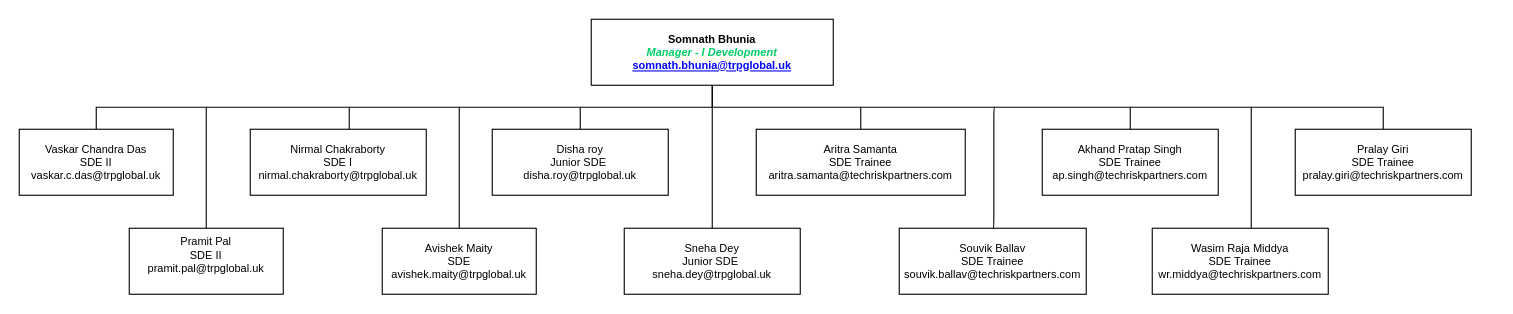
Above: page "Page-5" (5 of 5) of screens.drawio in iRM-Somnath/GRC (draw.io), before the change. Source tidied: cells renumbered, new cells numbered last; positions are measured from the earlier drawing's top-left corner, leaving out a move shared by most shapes. Both pictures are drawn from the tidied source at 110%, with x=0, y=0 at pixel (19, 19).
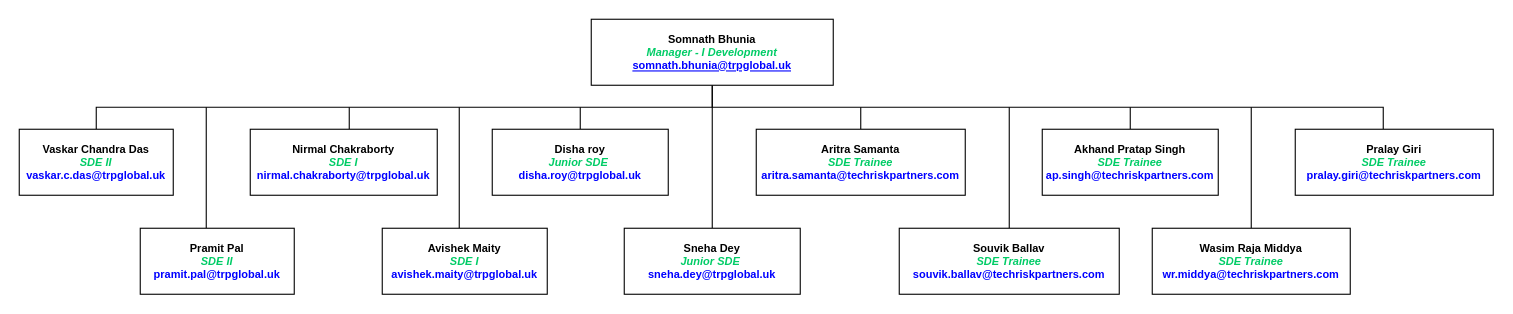
The same diagram, later.

The edit, as a diff of the source:
```diff
@@
-    <mxCell id="5" value="&lt;span dir=&quot;ltr&quot; class=&quot;ui-provider a b c d e f g h i j k l m n o p q r s t u v w x y z ab ac ae af ag ah ai aj ak&quot;&gt;Vaskar Chandra Das&lt;br&gt;&lt;span dir=&quot;ltr&quot; class=&quot;ui-provider a b c d e f g h i j k l m n o p q r s t u v w x y z ab ac ae af ag ah ai aj ak&quot;&gt;SDE II&lt;br&gt;&lt;/span&gt;vaskar.c.das@trpglobal.uk&lt;br&gt;&lt;/span&gt;" style="whiteSpace=wrap;html=1;align=center;verticalAlign=middle;newEdgeStyle={&quot;edgeStyle&quot;:&quot;elbowEdgeStyle&quot;,&quot;startArrow&quot;:&quot;none&quot;,&quot;endArrow&quot;:&quot;none&quot;};fontSize=10;" parent="1" vertex="1">
+    <mxCell id="5" value="&lt;span dir=&quot;ltr&quot; class=&quot;ui-provider a b c d e f g h i j k l m n o p q r s t u v w x y z ab ac ae af ag ah ai aj ak&quot;&gt;&lt;b&gt;Vaskar Chandra Das&lt;br&gt;&lt;span dir=&quot;ltr&quot; class=&quot;ui-provider a b c d e f g h i j k l m n o p q r s t u v w x y z ab ac ae af ag ah ai aj ak&quot;&gt;&lt;i&gt;&lt;font color=&quot;#00cc66&quot;&gt;SDE II&lt;br&gt;&lt;/font&gt;&lt;/i&gt;&lt;/span&gt;&lt;font color=&quot;#0000ff&quot;&gt;vaskar.c.das@trpglobal.uk&lt;/font&gt;&lt;/b&gt;&lt;br&gt;&lt;/span&gt;" style="whiteSpace=wrap;html=1;align=center;verticalAlign=middle;newEdgeStyle={&quot;edgeStyle&quot;:&quot;elbowEdgeStyle&quot;,&quot;startArrow&quot;:&quot;none&quot;,&quot;endArrow&quot;:&quot;none&quot;};fontSize=10;" parent="1" vertex="1">
       <mxGeometry y="100" width="140" height="60" as="geometry" />
     </mxCell>
@@
-    <mxCell id="7" value="Aritra Samanta&lt;br&gt;SDE Trainee&lt;br&gt;aritra.samanta@techriskpartners.com" style="whiteSpace=wrap;html=1;align=center;verticalAlign=middle;newEdgeStyle={&quot;edgeStyle&quot;:&quot;elbowEdgeStyle&quot;,&quot;startArrow&quot;:&quot;none&quot;,&quot;endArrow&quot;:&quot;none&quot;};fontSize=10;" parent="1" vertex="1">
+    <mxCell id="7" value="&lt;b&gt;Aritra Samanta&lt;br&gt;&lt;i&gt;&lt;font color=&quot;#00cc66&quot;&gt;SDE Trainee&lt;/font&gt;&lt;br&gt;&lt;/i&gt;&lt;font color=&quot;#0000ff&quot;&gt;aritra.samanta@techriskpartners.com&lt;/font&gt;&lt;/b&gt;" style="whiteSpace=wrap;html=1;align=center;verticalAlign=middle;newEdgeStyle={&quot;edgeStyle&quot;:&quot;elbowEdgeStyle&quot;,&quot;startArrow&quot;:&quot;none&quot;,&quot;endArrow&quot;:&quot;none&quot;};fontSize=10;" parent="1" vertex="1">
       <mxGeometry x="670" y="100" width="190" height="60" as="geometry" />
     </mxCell>
@@
-    <mxCell id="9" value="&lt;span dir=&quot;ltr&quot; class=&quot;ui-provider a b c d e f g h i j k l m n o p q r s t u v w x y z ab ac ae af ag ah ai aj ak&quot;&gt;Pramit Pal&lt;br&gt;&lt;span dir=&quot;ltr&quot; class=&quot;ui-provider a b c d e f g h i j k l m n o p q r s t u v w x y z ab ac ae af ag ah ai aj ak&quot;&gt;SDE II&lt;br&gt;&lt;/span&gt;&lt;div&gt;pramit.pal@trpglobal.uk&lt;/div&gt;&lt;div&gt;&lt;br&gt;&lt;/div&gt;&lt;/span&gt;" style="whiteSpace=wrap;html=1;align=center;verticalAlign=middle;newEdgeStyle={&quot;edgeStyle&quot;:&quot;elbowEdgeStyle&quot;,&quot;startArrow&quot;:&quot;none&quot;,&quot;endArrow&quot;:&quot;none&quot;};fontSize=10;" parent="1" vertex="1">
-      <mxGeometry x="100" y="190" width="140" height="60" as="geometry" />
+    <mxCell id="9" value="&lt;span dir=&quot;ltr&quot; class=&quot;ui-provider a b c d e f g h i j k l m n o p q r s t u v w x y z ab ac ae af ag ah ai aj ak&quot;&gt;&lt;b&gt;Pramit Pal&lt;br&gt;&lt;/b&gt;&lt;span dir=&quot;ltr&quot; class=&quot;ui-provider a b c d e f g h i j k l m n o p q r s t u v w x y z ab ac ae af ag ah ai aj ak&quot;&gt;&lt;b&gt;&lt;i&gt;&lt;font color=&quot;#00cc66&quot;&gt;SDE II&lt;br&gt;&lt;/font&gt;&lt;/i&gt;&lt;/b&gt;&lt;span style=&quot;background-color: initial;&quot;&gt;&lt;b&gt;&lt;font color=&quot;#0000ff&quot;&gt;pramit.pal@trpglobal.uk&lt;/font&gt;&lt;/b&gt;&lt;br&gt;&lt;/span&gt;&lt;/span&gt;&lt;/span&gt;" style="whiteSpace=wrap;html=1;align=center;verticalAlign=middle;newEdgeStyle={&quot;edgeStyle&quot;:&quot;elbowEdgeStyle&quot;,&quot;startArrow&quot;:&quot;none&quot;,&quot;endArrow&quot;:&quot;none&quot;};fontSize=10;" parent="1" vertex="1">
+      <mxGeometry x="110" y="190" width="140" height="60" as="geometry" />
     </mxCell>
@@
-    <mxCell id="11" value="&lt;span dir=&quot;ltr&quot; class=&quot;ui-provider a b c d e f g h i j k l m n o p q r s t u v w x y z ab ac ae af ag ah ai aj ak&quot;&gt;Avishek Maity&lt;br&gt;SDE&lt;br&gt;&lt;span dir=&quot;ltr&quot; class=&quot;ui-provider a b c d e f g h i j k l m n o p q r s t u v w x y z ab ac ae af ag ah ai aj ak&quot;&gt;avishek.maity@trpglobal.uk&lt;/span&gt;&lt;br&gt;&lt;/span&gt;" style="whiteSpace=wrap;html=1;align=center;verticalAlign=middle;newEdgeStyle={&quot;edgeStyle&quot;:&quot;elbowEdgeStyle&quot;,&quot;startArrow&quot;:&quot;none&quot;,&quot;endArrow&quot;:&quot;none&quot;};fontSize=10;" parent="1" vertex="1">
-      <mxGeometry x="330" y="190" width="140" height="60" as="geometry" />
+    <mxCell id="11" value="&lt;span dir=&quot;ltr&quot; class=&quot;ui-provider a b c d e f g h i j k l m n o p q r s t u v w x y z ab ac ae af ag ah ai aj ak&quot;&gt;&lt;b&gt;Avishek Maity&lt;br&gt;&lt;i&gt;&lt;font color=&quot;#00cc66&quot;&gt;SDE I&lt;br&gt;&lt;/font&gt;&lt;/i&gt;&lt;span dir=&quot;ltr&quot; class=&quot;ui-provider a b c d e f g h i j k l m n o p q r s t u v w x y z ab ac ae af ag ah ai aj ak&quot;&gt;&lt;font color=&quot;#0000ff&quot;&gt;avishek.maity@trpglobal.uk&lt;/font&gt;&lt;/span&gt;&lt;/b&gt;&lt;br&gt;&lt;/span&gt;" style="whiteSpace=wrap;html=1;align=center;verticalAlign=middle;newEdgeStyle={&quot;edgeStyle&quot;:&quot;elbowEdgeStyle&quot;,&quot;startArrow&quot;:&quot;none&quot;,&quot;endArrow&quot;:&quot;none&quot;};fontSize=10;" parent="1" vertex="1">
+      <mxGeometry x="330" y="190" width="150" height="60" as="geometry" />
     </mxCell>
@@
-    <mxCell id="13" value="&lt;span dir=&quot;ltr&quot; class=&quot;ui-provider a b c d e f g h i j k l m n o p q r s t u v w x y z ab ac ae af ag ah ai aj ak&quot;&gt;Nirmal Chakraborty&lt;br&gt;SDE I&lt;br&gt;&lt;span dir=&quot;ltr&quot; class=&quot;ui-provider a b c d e f g h i j k l m n o p q r s t u v w x y z ab ac ae af ag ah ai aj ak&quot;&gt;nirmal.chakraborty@trpglobal.uk&lt;/span&gt;&lt;br&gt;&lt;/span&gt;" style="whiteSpace=wrap;html=1;align=center;verticalAlign=middle;newEdgeStyle={&quot;edgeStyle&quot;:&quot;elbowEdgeStyle&quot;,&quot;startArrow&quot;:&quot;none&quot;,&quot;endArrow&quot;:&quot;none&quot;};fontSize=10;" parent="1" vertex="1">
-      <mxGeometry x="210" y="100" width="160" height="60" as="geometry" />
+    <mxCell id="13" value="&lt;span dir=&quot;ltr&quot; class=&quot;ui-provider a b c d e f g h i j k l m n o p q r s t u v w x y z ab ac ae af ag ah ai aj ak&quot;&gt;&lt;b&gt;Nirmal Chakraborty&lt;br&gt;&lt;i&gt;&lt;font color=&quot;#00cc66&quot;&gt;SDE I&lt;br&gt;&lt;/font&gt;&lt;/i&gt;&lt;span dir=&quot;ltr&quot; class=&quot;ui-provider a b c d e f g h i j k l m n o p q r s t u v w x y z ab ac ae af ag ah ai aj ak&quot;&gt;&lt;font color=&quot;#0000ff&quot;&gt;nirmal.chakraborty@trpglobal.uk&lt;/font&gt;&lt;/span&gt;&lt;/b&gt;&lt;br&gt;&lt;/span&gt;" style="whiteSpace=wrap;html=1;align=center;verticalAlign=middle;newEdgeStyle={&quot;edgeStyle&quot;:&quot;elbowEdgeStyle&quot;,&quot;startArrow&quot;:&quot;none&quot;,&quot;endArrow&quot;:&quot;none&quot;};fontSize=10;" parent="1" vertex="1">
+      <mxGeometry x="210" y="100" width="170" height="60" as="geometry" />
     </mxCell>
@@
-    <mxCell id="15" value="&lt;span dir=&quot;ltr&quot; class=&quot;ui-provider a b c d e f g h i j k l m n o p q r s t u v w x y z ab ac ae af ag ah ai aj ak&quot;&gt;Disha roy&lt;br&gt;Junior SDE&amp;nbsp;&lt;br&gt;&lt;span dir=&quot;ltr&quot; class=&quot;ui-provider a b c d e f g h i j k l m n o p q r s t u v w x y z ab ac ae af ag ah ai aj ak&quot;&gt;disha.roy@trpglobal.uk&lt;/span&gt;&lt;br&gt;&lt;/span&gt;" style="whiteSpace=wrap;html=1;align=center;verticalAlign=middle;newEdgeStyle={&quot;edgeStyle&quot;:&quot;elbowEdgeStyle&quot;,&quot;startArrow&quot;:&quot;none&quot;,&quot;endArrow&quot;:&quot;none&quot;};fontSize=10;" parent="1" vertex="1">
+    <mxCell id="15" value="&lt;span dir=&quot;ltr&quot; class=&quot;ui-provider a b c d e f g h i j k l m n o p q r s t u v w x y z ab ac ae af ag ah ai aj ak&quot;&gt;&lt;b&gt;Disha roy&lt;br&gt;&lt;i&gt;&lt;font color=&quot;#00cc66&quot;&gt;Junior SDE&amp;nbsp;&lt;br&gt;&lt;/font&gt;&lt;/i&gt;&lt;span dir=&quot;ltr&quot; class=&quot;ui-provider a b c d e f g h i j k l m n o p q r s t u v w x y z ab ac ae af ag ah ai aj ak&quot;&gt;&lt;font color=&quot;#0000ff&quot;&gt;disha.roy@trpglobal.uk&lt;/font&gt;&lt;/span&gt;&lt;/b&gt;&lt;br&gt;&lt;/span&gt;" style="whiteSpace=wrap;html=1;align=center;verticalAlign=middle;newEdgeStyle={&quot;edgeStyle&quot;:&quot;elbowEdgeStyle&quot;,&quot;startArrow&quot;:&quot;none&quot;,&quot;endArrow&quot;:&quot;none&quot;};fontSize=10;" parent="1" vertex="1">
       <mxGeometry x="430" y="100" width="160" height="60" as="geometry" />
     </mxCell>
@@
-    <mxCell id="17" value="&lt;span dir=&quot;ltr&quot; class=&quot;ui-provider a b c d e f g h i j k l m n o p q r s t u v w x y z ab ac ae af ag ah ai aj ak&quot;&gt;Sneha Dey &lt;br&gt;Junior SDE&amp;nbsp;&lt;br&gt;&lt;span dir=&quot;ltr&quot; class=&quot;ui-provider a b c d e f g h i j k l m n o p q r s t u v w x y z ab ac ae af ag ah ai aj ak&quot;&gt;sneha.dey@trpglobal.uk&lt;/span&gt;&lt;br&gt;&lt;/span&gt;" style="whiteSpace=wrap;html=1;align=center;verticalAlign=middle;newEdgeStyle={&quot;edgeStyle&quot;:&quot;elbowEdgeStyle&quot;,&quot;startArrow&quot;:&quot;none&quot;,&quot;endArrow&quot;:&quot;none&quot;};fontSize=10;" parent="1" vertex="1">
+    <mxCell id="17" value="&lt;span dir=&quot;ltr&quot; class=&quot;ui-provider a b c d e f g h i j k l m n o p q r s t u v w x y z ab ac ae af ag ah ai aj ak&quot;&gt;&lt;b&gt;Sneha Dey &lt;br&gt;&lt;i&gt;&lt;font color=&quot;#00cc66&quot;&gt;Junior SDE&amp;nbsp;&lt;br&gt;&lt;/font&gt;&lt;/i&gt;&lt;span dir=&quot;ltr&quot; class=&quot;ui-provider a b c d e f g h i j k l m n o p q r s t u v w x y z ab ac ae af ag ah ai aj ak&quot;&gt;&lt;font color=&quot;#0000ff&quot;&gt;sneha.dey@trpglobal.uk&lt;/font&gt;&lt;/span&gt;&lt;/b&gt;&lt;br&gt;&lt;/span&gt;" style="whiteSpace=wrap;html=1;align=center;verticalAlign=middle;newEdgeStyle={&quot;edgeStyle&quot;:&quot;elbowEdgeStyle&quot;,&quot;startArrow&quot;:&quot;none&quot;,&quot;endArrow&quot;:&quot;none&quot;};fontSize=10;" parent="1" vertex="1">
       <mxGeometry x="550" y="190" width="160" height="60" as="geometry" />
     </mxCell>
-    <mxCell id="18" value="Pralay Giri&lt;br&gt;SDE Trainee&lt;br&gt;pralay.giri@techriskpartners.com" style="whiteSpace=wrap;html=1;align=center;verticalAlign=middle;newEdgeStyle={&quot;edgeStyle&quot;:&quot;elbowEdgeStyle&quot;,&quot;startArrow&quot;:&quot;none&quot;,&quot;endArrow&quot;:&quot;none&quot;};fontSize=10;" parent="1" vertex="1">
-      <mxGeometry x="1160" y="100" width="160" height="60" as="geometry" />
+    <mxCell id="18" value="&lt;b&gt;Pralay Giri&lt;br&gt;&lt;i&gt;&lt;font color=&quot;#00cc66&quot;&gt;SDE Trainee&lt;br&gt;&lt;/font&gt;&lt;/i&gt;&lt;font color=&quot;#0000ff&quot;&gt;pralay.giri@techriskpartners.com&lt;/font&gt;&lt;/b&gt;" style="whiteSpace=wrap;html=1;align=center;verticalAlign=middle;newEdgeStyle={&quot;edgeStyle&quot;:&quot;elbowEdgeStyle&quot;,&quot;startArrow&quot;:&quot;none&quot;,&quot;endArrow&quot;:&quot;none&quot;};fontSize=10;" parent="1" vertex="1">
+      <mxGeometry x="1160" y="100" width="180" height="60" as="geometry" />
     </mxCell>
     <mxCell id="19" style="edgeStyle=elbowEdgeStyle;html=1;startArrow=none;endArrow=none;exitX=0.5;exitY=0;exitDx=0;exitDy=0;fontSize=10;fontColor=#0000FF;" parent="1" edge="1" source="20">
       <mxGeometry relative="1" as="geometry">
-        <mxPoint x="887" y="80" as="targetPoint" />
+        <mxPoint x="900" y="80" as="targetPoint" />
       </mxGeometry>
     </mxCell>
-    <mxCell id="20" value="Souvik Ballav&lt;br&gt;SDE Trainee&lt;br&gt;souvik.ballav@techriskpartners.com" style="whiteSpace=wrap;html=1;align=center;verticalAlign=middle;newEdgeStyle={&quot;edgeStyle&quot;:&quot;elbowEdgeStyle&quot;,&quot;startArrow&quot;:&quot;none&quot;,&quot;endArrow&quot;:&quot;none&quot;};fontSize=10;" parent="1" vertex="1">
-      <mxGeometry x="800" y="190" width="170" height="60" as="geometry" />
+    <mxCell id="20" value="&lt;b&gt;Souvik Ballav&lt;br&gt;&lt;i&gt;&lt;font color=&quot;#00cc66&quot;&gt;SDE Trainee&lt;br&gt;&lt;/font&gt;&lt;/i&gt;&lt;font color=&quot;#0000ff&quot;&gt;souvik.ballav@techriskpartners.com&lt;/font&gt;&lt;/b&gt;" style="whiteSpace=wrap;html=1;align=center;verticalAlign=middle;newEdgeStyle={&quot;edgeStyle&quot;:&quot;elbowEdgeStyle&quot;,&quot;startArrow&quot;:&quot;none&quot;,&quot;endArrow&quot;:&quot;none&quot;};fontSize=10;" parent="1" vertex="1">
+      <mxGeometry x="800" y="190" width="200" height="60" as="geometry" />
     </mxCell>
@@
-    <mxCell id="22" value="Akhand Pratap Singh&lt;br&gt;SDE Trainee&lt;br&gt;ap.singh@techriskpartners.com" style="whiteSpace=wrap;html=1;align=center;verticalAlign=middle;newEdgeStyle={&quot;edgeStyle&quot;:&quot;elbowEdgeStyle&quot;,&quot;startArrow&quot;:&quot;none&quot;,&quot;endArrow&quot;:&quot;none&quot;};fontSize=10;" parent="1" vertex="1">
+    <mxCell id="22" value="&lt;b&gt;Akhand Pratap Singh&lt;br&gt;&lt;font color=&quot;#00cc66&quot;&gt;&lt;i&gt;SDE Trainee&lt;br&gt;&lt;/i&gt;&lt;/font&gt;&lt;font color=&quot;#0000ff&quot;&gt;ap.singh@techriskpartners.com&lt;/font&gt;&lt;/b&gt;" style="whiteSpace=wrap;html=1;align=center;verticalAlign=middle;newEdgeStyle={&quot;edgeStyle&quot;:&quot;elbowEdgeStyle&quot;,&quot;startArrow&quot;:&quot;none&quot;,&quot;endArrow&quot;:&quot;none&quot;};fontSize=10;" parent="1" vertex="1">
       <mxGeometry x="930" y="100" width="160" height="60" as="geometry" />
     </mxCell>
@@
-    <mxCell id="24" value="Wasim Raja Middya&lt;br&gt;SDE Trainee&lt;br&gt;wr.middya@techriskpartners.com" style="whiteSpace=wrap;html=1;align=center;verticalAlign=middle;newEdgeStyle={&quot;edgeStyle&quot;:&quot;elbowEdgeStyle&quot;,&quot;startArrow&quot;:&quot;none&quot;,&quot;endArrow&quot;:&quot;none&quot;};fontSize=10;" parent="1" vertex="1">
-      <mxGeometry x="1030" y="190" width="160" height="60" as="geometry" />
+    <mxCell id="24" value="&lt;b&gt;Wasim Raja Middya&lt;br&gt;&lt;/b&gt;&lt;font color=&quot;#00cc66&quot;&gt;&lt;i&gt;&lt;b&gt;SDE Trainee&lt;br&gt;&lt;/b&gt;&lt;/i&gt;&lt;/font&gt;&lt;b&gt;&lt;font color=&quot;#0000ff&quot;&gt;wr.middya@techriskpartners.com&lt;/font&gt;&lt;/b&gt;" style="whiteSpace=wrap;html=1;align=center;verticalAlign=middle;newEdgeStyle={&quot;edgeStyle&quot;:&quot;elbowEdgeStyle&quot;,&quot;startArrow&quot;:&quot;none&quot;,&quot;endArrow&quot;:&quot;none&quot;};fontSize=10;" parent="1" vertex="1">
+      <mxGeometry x="1030" y="190" width="180" height="60" as="geometry" />
     </mxCell>
```
